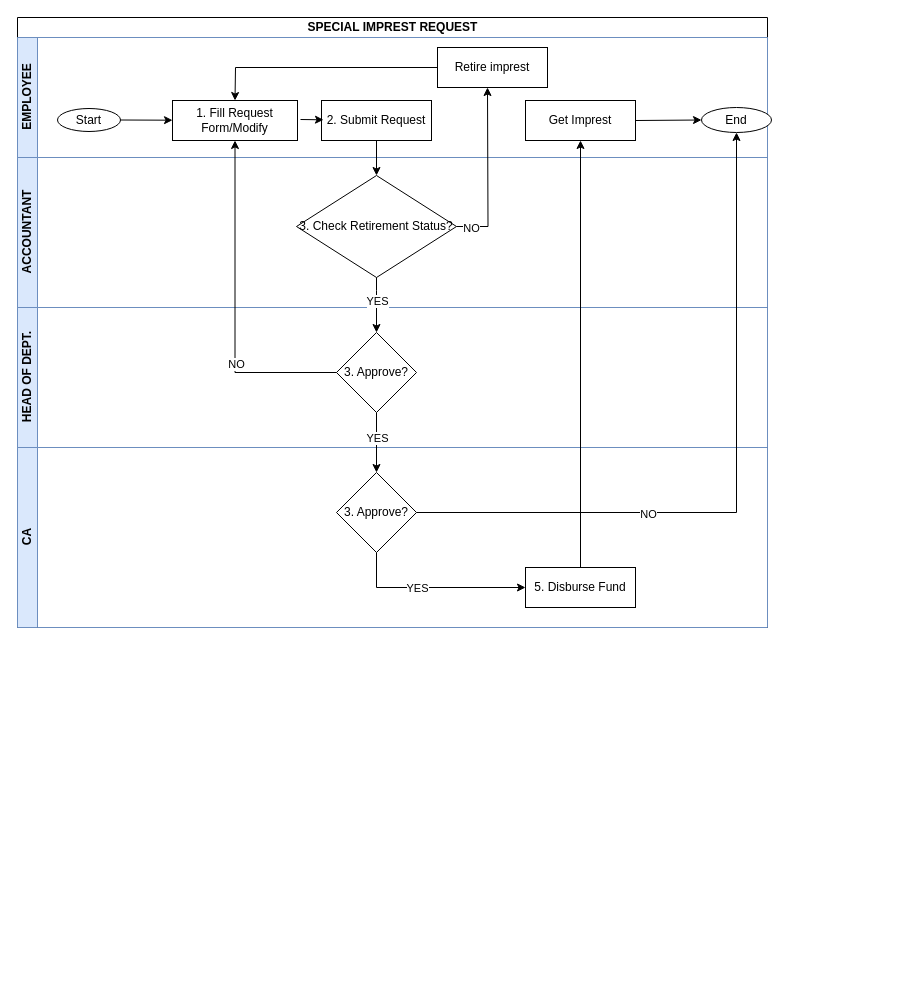
Before: page "Special imprest request" (4 of 12) of wajibika/wajibika-sketches.drawio in MbalamulaS/tech-diagrams, a draw.io diagram. Source tidied: cells renumbered, new cells numbered last; positions are measured from the earlier drawing's top-left corner, leaving out a move shared by most shapes. Both pictures are drawn from the tidied source at 100%, with x=0, y=0 at pixel (17, 17).
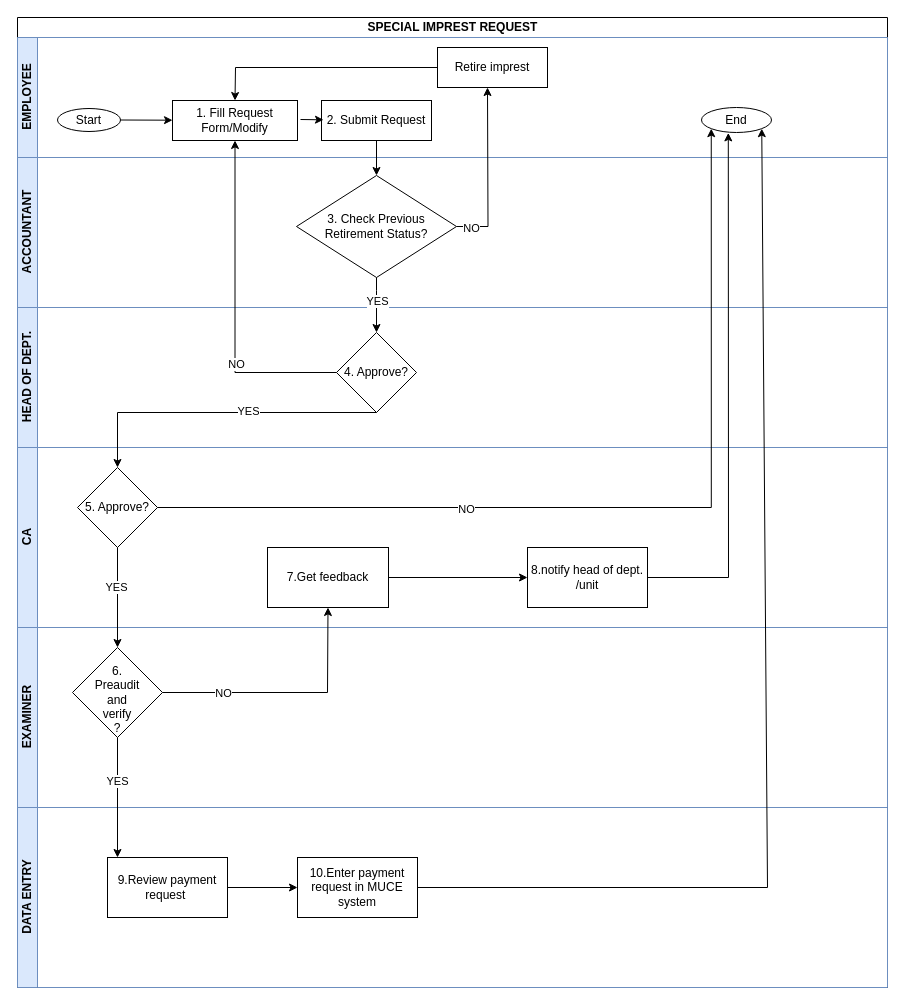
The same diagram, later.

Commit message (it also covers changes not shown here):
Update wajibika-sketches.drawio updated special imprest request

The change refers to these unchanged cells:
```xml
<mxCell id="4" value="Start" style="ellipse;whiteSpace=wrap;html=1;" parent="3" vertex="1">
  <mxGeometry x="40" y="71" width="63" height="23" as="geometry" />
</mxCell>
<mxCell id="5" value="1. Fill Request Form/Modify" style="whiteSpace=wrap;html=1;" parent="3" vertex="1">
  <mxGeometry x="155" y="63" width="125" height="40" as="geometry" />
</mxCell>
<mxCell id="6" value="End" style="ellipse;whiteSpace=wrap;html=1;" parent="3" vertex="1">
  <mxGeometry x="684" y="70" width="70" height="25" as="geometry" />
</mxCell>
<mxCell id="8" value="2. Submit Request" style="whiteSpace=wrap;html=1;" parent="3" vertex="1">
  <mxGeometry x="304" y="63" width="110" height="40" as="geometry" />
</mxCell>
```

Diff of the diagram source:
```diff
@@
-    <mxCell id="0" />
-    <mxCell id="1" parent="0" />
+    <mxCell id="35" />
+    <mxCell id="36" parent="35" />
-    <mxCell id="2" value="SPECIAL IMPREST REQUEST" style="swimlane;horizontal=1;startSize=20;html=1;swimlaneFillColor=#FFFFFF;" parent="1" vertex="1">
-      <mxGeometry width="750" height="610" as="geometry" />
+    <mxCell id="2" value="SPECIAL IMPREST REQUEST" style="swimlane;horizontal=1;startSize=20;html=1;swimlaneFillColor=#FFFFFF;" parent="36" vertex="1">
+      <mxGeometry width="870" height="970" as="geometry" />
     </mxCell>
     <mxCell id="3" value="EMPLOYEE" style="swimlane;startSize=20;horizontal=0;html=1;fillColor=#dae8fc;strokeColor=#6c8ebf;swimlaneFillColor=#FFFFFF;" parent="2" vertex="1">
-      <mxGeometry y="20" width="750" height="120" as="geometry" />
+      <mxGeometry y="20" width="870" height="120" as="geometry" />
     </mxCell>
@@
-    <mxCell id="7" style="endArrow=classic;html=1;rounded=0;exitX=1;exitY=0.5;exitDx=0;exitDy=0;entryX=0;entryY=0.5;entryDx=0;entryDy=0;" parent="3" edge="1" source="4">
-      <mxGeometry relative="1" as="geometry">
-        <mxPoint x="155" y="82.7" as="targetPoint" />
-      </mxGeometry>
-    </mxCell>
+    <mxCell id="37" style="endArrow=classic;html=1;rounded=0;exitX=1;exitY=0.5;exitDx=0;exitDy=0;entryX=0;entryY=0.5;entryDx=0;entryDy=0;" parent="3" edge="1" source="4">
+      <mxGeometry relative="1" as="geometry">
+        <mxPoint x="155" y="82.7" as="targetPoint" />
+      </mxGeometry>
+    </mxCell>
@@
-    <mxCell id="9" value="Get Imprest" style="whiteSpace=wrap;html=1;" parent="3" vertex="1">
-      <mxGeometry x="508" y="63" width="110" height="40" as="geometry" />
-    </mxCell>
-    <mxCell id="10" style="endArrow=classic;html=1;rounded=0;exitX=1;exitY=0.5;exitDx=0;exitDy=0;entryX=0;entryY=0.5;entryDx=0;entryDy=0;" parent="3" edge="1" source="9" target="6">
-      <mxGeometry relative="1" as="geometry" />
-    </mxCell>
-    <mxCell id="11" style="endArrow=classic;html=1;rounded=0;entryX=0;entryY=0.5;entryDx=0;entryDy=0;" parent="3" edge="1">
-      <mxGeometry relative="1" as="geometry">
-        <mxPoint x="283" y="82" as="sourcePoint" />
-        <mxPoint x="306" y="82.3" as="targetPoint" />
-      </mxGeometry>
-    </mxCell>
+    <mxCell id="38" style="endArrow=classic;html=1;rounded=0;entryX=0;entryY=0.5;entryDx=0;entryDy=0;" parent="3" edge="1">
+      <mxGeometry relative="1" as="geometry">
+        <mxPoint x="283" y="82" as="sourcePoint" />
+        <mxPoint x="306" y="82.3" as="targetPoint" />
+      </mxGeometry>
+    </mxCell>
@@
     <mxCell id="14" value="ACCOUNTANT" style="swimlane;startSize=20;horizontal=0;html=1;fillColor=#dae8fc;strokeColor=#6c8ebf;" parent="2" vertex="1">
-      <mxGeometry y="140" width="750" height="150" as="geometry" />
+      <mxGeometry y="140" width="870" height="150" as="geometry" />
     </mxCell>
-    <mxCell id="15" value="&lt;div&gt;3. Check Retirement Status?&lt;br&gt;&lt;/div&gt;" style="rhombus;whiteSpace=wrap;html=1;" parent="14" vertex="1">
-      <mxGeometry x="279" y="18" width="160" height="102" as="geometry" />
-    </mxCell>
-    <mxCell id="16" style="edgeStyle=orthogonalEdgeStyle;rounded=0;jettySize=auto;html=1;" parent="14" edge="1" source="15">
-      <mxGeometry relative="1" as="geometry">
-        <mxPoint x="470" y="-70" as="targetPoint" />
-      </mxGeometry>
-    </mxCell>
-    <mxCell id="17" value="NO" style="edgeLabel;html=1;align=center;verticalAlign=middle;" parent="16" vertex="1">
-      <mxGeometry x="-0.83" y="-1" relative="1" as="geometry" />
-    </mxCell>
-    <mxCell id="18" style="endArrow=classic;html=1;rounded=0;entryX=0.5;entryY=0;entryDx=0;entryDy=0;exitX=0.5;exitY=1;exitDx=0;exitDy=0;" parent="2" edge="1" source="8" target="15">
-      <mxGeometry relative="1" as="geometry" />
-    </mxCell>
+    <mxCell id="39" value="&lt;div&gt;3. Check Previous&lt;/div&gt;&lt;div&gt;Retirement Status?&lt;br&gt;&lt;/div&gt;" style="rhombus;whiteSpace=wrap;html=1;" parent="14" vertex="1">
+      <mxGeometry x="279" y="18" width="160" height="102" as="geometry" />
+    </mxCell>
+    <mxCell id="40" style="edgeStyle=orthogonalEdgeStyle;rounded=0;jettySize=auto;html=1;" parent="14" edge="1" source="39">
+      <mxGeometry relative="1" as="geometry">
+        <mxPoint x="470" y="-70" as="targetPoint" />
+      </mxGeometry>
+    </mxCell>
+    <mxCell id="41" value="NO" style="edgeLabel;html=1;align=center;verticalAlign=middle;" parent="40" vertex="1">
+      <mxGeometry x="-0.83" y="-1" relative="1" as="geometry" />
+    </mxCell>
+    <mxCell id="42" style="endArrow=classic;html=1;rounded=0;entryX=0.5;entryY=0;entryDx=0;entryDy=0;exitX=0.5;exitY=1;exitDx=0;exitDy=0;" parent="2" edge="1" source="8" target="39">
+      <mxGeometry relative="1" as="geometry" />
+    </mxCell>
     <mxCell id="19" value="HEAD OF DEPT." style="swimlane;startSize=20;horizontal=0;html=1;fillColor=#dae8fc;strokeColor=#6c8ebf;" parent="2" vertex="1">
-      <mxGeometry y="290" width="750" height="140" as="geometry" />
+      <mxGeometry y="290" width="870" height="140" as="geometry" />
     </mxCell>
-    <mxCell id="20" value="&lt;div&gt;3. Approve?&lt;br&gt;&lt;/div&gt;" style="rhombus;whiteSpace=wrap;html=1;" parent="19" vertex="1">
-      <mxGeometry x="319" y="25" width="80" height="80" as="geometry" />
-    </mxCell>
+    <mxCell id="43" value="&lt;div&gt;4. Approve?&lt;br&gt;&lt;/div&gt;" style="rhombus;whiteSpace=wrap;html=1;" parent="19" vertex="1">
+      <mxGeometry x="319" y="25" width="80" height="80" as="geometry" />
+    </mxCell>
     <mxCell id="21" value="CA" style="swimlane;startSize=20;horizontal=0;html=1;fillColor=#dae8fc;strokeColor=#6c8ebf;" parent="2" vertex="1">
-      <mxGeometry y="430" width="750" height="180" as="geometry" />
+      <mxGeometry y="430" width="870" height="180" as="geometry" />
     </mxCell>
-    <mxCell id="22" value="&lt;div&gt;3. Approve?&lt;br&gt;&lt;/div&gt;" style="rhombus;whiteSpace=wrap;html=1;" parent="21" vertex="1">
-      <mxGeometry x="319" y="25" width="80" height="80" as="geometry" />
-    </mxCell>
-    <mxCell id="23" value="5. Disburse Fund" style="whiteSpace=wrap;html=1;" parent="21" vertex="1">
-      <mxGeometry x="508" y="120" width="110" height="40" as="geometry" />
-    </mxCell>
-    <mxCell id="24" style="endArrow=classic;html=1;rounded=0;entryX=0;entryY=0.5;entryDx=0;entryDy=0;exitX=0.5;exitY=1;exitDx=0;exitDy=0;" parent="21" edge="1" source="22" target="23">
-      <mxGeometry relative="1" as="geometry">
-        <Array as="points">
-          <mxPoint x="359" y="140" />
-        </Array>
-      </mxGeometry>
-    </mxCell>
-    <mxCell id="25" value="YES" style="edgeLabel;html=1;align=center;verticalAlign=middle;" parent="24" vertex="1">
-      <mxGeometry x="-0.18" relative="1" as="geometry" />
-    </mxCell>
-    <mxCell id="26" style="endArrow=classic;html=1;rounded=0;entryX=0.5;entryY=0;entryDx=0;entryDy=0;exitX=0.5;exitY=1;exitDx=0;exitDy=0;" parent="2" edge="1" source="15" target="20">
-      <mxGeometry relative="1" as="geometry">
-        <Array as="points">
-          <mxPoint x="359" y="273" />
-        </Array>
-      </mxGeometry>
-    </mxCell>
-    <mxCell id="27" value="YES" style="edgeLabel;html=1;align=center;verticalAlign=middle;" parent="26" vertex="1">
-      <mxGeometry x="-0.18" relative="1" as="geometry" />
-    </mxCell>
-    <mxCell id="28" style="endArrow=classic;html=1;rounded=0;entryX=0.5;entryY=0;entryDx=0;entryDy=0;exitX=0.5;exitY=1;exitDx=0;exitDy=0;" parent="2" edge="1" source="20" target="22">
-      <mxGeometry relative="1" as="geometry" />
-    </mxCell>
-    <mxCell id="29" value="YES" style="edgeLabel;html=1;align=center;verticalAlign=middle;" parent="28" vertex="1">
-      <mxGeometry x="-0.18" relative="1" as="geometry" />
-    </mxCell>
-    <mxCell id="30" style="edgeStyle=orthogonalEdgeStyle;rounded=0;jettySize=auto;html=1;entryX=0.5;entryY=1;entryDx=0;entryDy=0;" parent="2" edge="1" source="20" target="5">
-      <mxGeometry relative="1" as="geometry" />
-    </mxCell>
-    <mxCell id="31" value="NO" style="edgeLabel;html=1;align=center;verticalAlign=middle;" parent="30" vertex="1">
-      <mxGeometry x="-0.34" y="-1" relative="1" as="geometry" />
-    </mxCell>
-    <mxCell id="32" style="edgeStyle=orthogonalEdgeStyle;rounded=0;jettySize=auto;html=1;entryX=0.5;entryY=1;entryDx=0;entryDy=0;" parent="2" edge="1" source="22" target="6">
-      <mxGeometry relative="1" as="geometry" />
-    </mxCell>
-    <mxCell id="33" value="NO" style="edgeLabel;html=1;align=center;verticalAlign=middle;" parent="32" vertex="1">
-      <mxGeometry x="-0.34" y="-1" relative="1" as="geometry" />
-    </mxCell>
-    <mxCell id="34" style="endArrow=classic;html=1;rounded=0;exitX=0.5;exitY=0;exitDx=0;exitDy=0;entryX=0.5;entryY=1;entryDx=0;entryDy=0;" parent="2" edge="1" source="23" target="9">
-      <mxGeometry relative="1" as="geometry" />
-    </mxCell>
+    <mxCell id="44" value="&lt;div&gt;5. Approve?&lt;br&gt;&lt;/div&gt;" style="rhombus;whiteSpace=wrap;html=1;" parent="21" vertex="1">
+      <mxGeometry x="60" y="20" width="80" height="80" as="geometry" />
+    </mxCell>
+    <mxCell id="45" value="7.Get feedback" style="rounded=0;whiteSpace=wrap;html=1;" parent="21" vertex="1">
+      <mxGeometry x="250" y="100" width="121" height="60" as="geometry" />
+    </mxCell>
+    <mxCell id="46" value="8.notify head of dept.&lt;div&gt;/unit&lt;/div&gt;" style="rounded=0;whiteSpace=wrap;html=1;" parent="21" vertex="1">
+      <mxGeometry x="510" y="100" width="120" height="60" as="geometry" />
+    </mxCell>
+    <mxCell id="47" style="endArrow=classic;html=1;rounded=0;exitX=1;exitY=0.5;exitDx=0;exitDy=0;entryX=0;entryY=0.5;entryDx=0;entryDy=0;" parent="21" edge="1" source="45" target="46">
+      <mxGeometry relative="1" as="geometry" />
+    </mxCell>
+    <mxCell id="48" value="EXAMINER" style="swimlane;startSize=20;horizontal=0;html=1;fillColor=#dae8fc;strokeColor=#6c8ebf;" parent="2" vertex="1">
+      <mxGeometry y="610" width="870" height="180" as="geometry" />
+    </mxCell>
+    <mxCell id="49" value="&lt;div&gt;&lt;br&gt;&lt;/div&gt;&lt;div&gt;&lt;br&gt;&lt;/div&gt;6.&lt;div&gt;Preaudit&lt;br&gt;&lt;div&gt;and&lt;/div&gt;&lt;div&gt;verify&lt;/div&gt;&lt;div&gt;&lt;span style=&quot;background-color: initial;&quot;&gt;?&lt;/span&gt;&lt;/div&gt;&lt;div&gt;&lt;div&gt;&lt;br&gt;&lt;/div&gt;&lt;/div&gt;&lt;/div&gt;" style="rhombus;whiteSpace=wrap;html=1;" parent="48" vertex="1">
+      <mxGeometry x="55" y="20" width="90" height="90" as="geometry" />
+    </mxCell>
+    <mxCell id="50" value="DATA ENTRY" style="swimlane;startSize=20;horizontal=0;html=1;fillColor=#dae8fc;strokeColor=#6c8ebf;" parent="2" vertex="1">
+      <mxGeometry y="790" width="870" height="180" as="geometry" />
+    </mxCell>
+    <mxCell id="51" value="9.Review payment&lt;br&gt;&lt;div&gt;&lt;span style=&quot;background-color: initial;&quot;&gt;request&lt;/span&gt;&amp;nbsp;&lt;/div&gt;" style="rounded=0;whiteSpace=wrap;html=1;" parent="50" vertex="1">
+      <mxGeometry x="90" y="50" width="120" height="60" as="geometry" />
+    </mxCell>
+    <mxCell id="52" value="10.Enter payment&lt;div&gt;request in MUCE&lt;/div&gt;&lt;div&gt;system&lt;/div&gt;" style="rounded=0;whiteSpace=wrap;html=1;" parent="50" vertex="1">
+      <mxGeometry x="280" y="50" width="120" height="60" as="geometry" />
+    </mxCell>
+    <mxCell id="53" style="endArrow=classic;html=1;rounded=0;entryX=0;entryY=0.5;entryDx=0;entryDy=0;exitX=1;exitY=0.5;exitDx=0;exitDy=0;" parent="50" edge="1" source="51" target="52">
+      <mxGeometry relative="1" as="geometry" />
+    </mxCell>
+    <mxCell id="54" style="endArrow=classic;html=1;rounded=0;entryX=0.5;entryY=0;entryDx=0;entryDy=0;exitX=0.5;exitY=1;exitDx=0;exitDy=0;" parent="2" edge="1" source="39" target="43">
+      <mxGeometry relative="1" as="geometry">
+        <Array as="points">
+          <mxPoint x="359" y="273" />
+        </Array>
+      </mxGeometry>
+    </mxCell>
+    <mxCell id="55" value="YES" style="edgeLabel;html=1;align=center;verticalAlign=middle;" parent="54" vertex="1">
+      <mxGeometry x="-0.18" relative="1" as="geometry" />
+    </mxCell>
+    <mxCell id="56" style="edgeStyle=orthogonalEdgeStyle;rounded=0;jettySize=auto;html=1;entryX=0.5;entryY=1;entryDx=0;entryDy=0;" parent="2" edge="1" source="43" target="5">
+      <mxGeometry relative="1" as="geometry" />
+    </mxCell>
+    <mxCell id="57" value="NO" style="edgeLabel;html=1;align=center;verticalAlign=middle;" parent="56" vertex="1">
+      <mxGeometry x="-0.34" y="-1" relative="1" as="geometry" />
+    </mxCell>
+    <mxCell id="58" style="endArrow=classic;html=1;rounded=0;exitX=0.5;exitY=1;exitDx=0;exitDy=0;entryX=0.5;entryY=0;entryDx=0;entryDy=0;" parent="2" edge="1" source="43" target="44">
+      <mxGeometry relative="1" as="geometry">
+        <Array as="points">
+          <mxPoint x="100" y="395" />
+        </Array>
+      </mxGeometry>
+    </mxCell>
+    <mxCell id="59" value="YES" style="edgeLabel;html=1;align=center;verticalAlign=middle;" parent="58" vertex="1">
+      <mxGeometry x="-0.18" y="-2" relative="1" as="geometry" />
+    </mxCell>
+    <mxCell id="60" style="edgeStyle=orthogonalEdgeStyle;rounded=0;jettySize=auto;html=1;entryX=0;entryY=1;entryDx=0;entryDy=0;" parent="2" edge="1" source="44" target="6">
+      <mxGeometry relative="1" as="geometry" />
+    </mxCell>
+    <mxCell id="61" value="NO" style="edgeLabel;html=1;align=center;verticalAlign=middle;" parent="60" vertex="1">
+      <mxGeometry x="-0.34" y="-1" relative="1" as="geometry" />
+    </mxCell>
+    <mxCell id="62" style="endArrow=classic;html=1;rounded=0;exitX=1;exitY=0.5;exitDx=0;exitDy=0;entryX=0.383;entryY=1.016;entryDx=0;entryDy=0;entryPerimeter=0;" parent="2" edge="1" source="46" target="6">
+      <mxGeometry relative="1" as="geometry">
+        <Array as="points">
+          <mxPoint x="711" y="560" />
+        </Array>
+      </mxGeometry>
+    </mxCell>
+    <mxCell id="63" style="endArrow=classic;html=1;rounded=0;exitX=1;exitY=0.5;exitDx=0;exitDy=0;entryX=0.5;entryY=1;entryDx=0;entryDy=0;" parent="2" edge="1" source="49" target="45">
+      <mxGeometry relative="1" as="geometry">
+        <Array as="points">
+          <mxPoint x="310" y="675" />
+        </Array>
+      </mxGeometry>
+    </mxCell>
+    <mxCell id="64" value="NO" style="edgeLabel;html=1;align=center;verticalAlign=middle;" parent="63" vertex="1">
+      <mxGeometry x="-0.52" relative="1" as="geometry" />
+    </mxCell>
+    <mxCell id="65" style="endArrow=classic;html=1;rounded=0;entryX=1;entryY=1;entryDx=0;entryDy=0;exitX=1;exitY=0.5;exitDx=0;exitDy=0;" parent="2" edge="1" source="52" target="6">
+      <mxGeometry relative="1" as="geometry">
+        <Array as="points">
+          <mxPoint x="750" y="870" />
+        </Array>
+      </mxGeometry>
+    </mxCell>
+    <mxCell id="66" style="endArrow=classic;html=1;rounded=0;exitX=0.5;exitY=1;exitDx=0;exitDy=0;" parent="36" edge="1" source="49">
+      <mxGeometry relative="1" as="geometry">
+        <mxPoint x="100" y="840" as="targetPoint" />
+      </mxGeometry>
+    </mxCell>
+    <mxCell id="67" value="YES" style="edgeLabel;html=1;align=center;verticalAlign=middle;" parent="66" vertex="1">
+      <mxGeometry x="-0.29" y="-1" relative="1" as="geometry" />
+    </mxCell>
+    <mxCell id="68" style="endArrow=classic;html=1;rounded=0;entryX=0.5;entryY=0;entryDx=0;entryDy=0;" parent="36" edge="1" target="49">
+      <mxGeometry relative="1" as="geometry">
+        <mxPoint x="100" y="530" as="sourcePoint" />
+      </mxGeometry>
+    </mxCell>
+    <mxCell id="69" value="YES" style="edgeLabel;html=1;align=center;verticalAlign=middle;" parent="68" vertex="1">
+      <mxGeometry x="-0.23" y="-2" relative="1" as="geometry" />
+    </mxCell>
```
